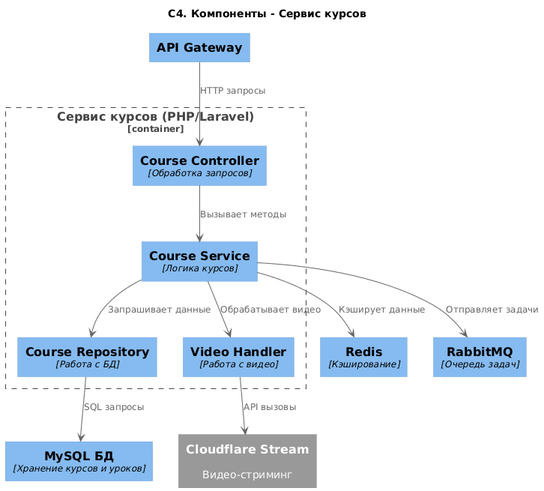
Before: C4/Component.png, a diagram exported from PlantUML (RubyDes/RPO).
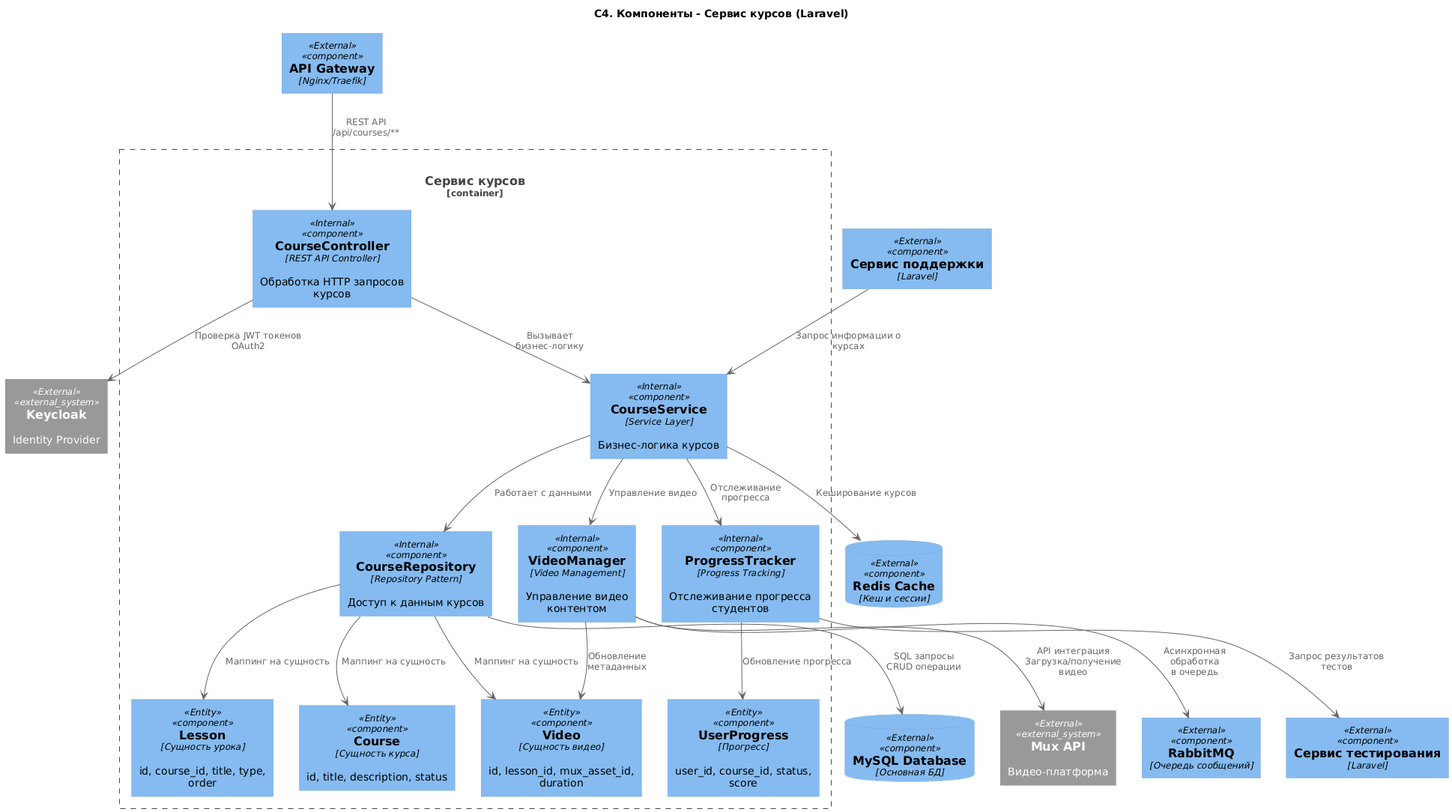
Above is the later version.

Diff of the diagram source:
```diff
@@ -1,34 +1,76 @@
 @startuml
-title "C4. Компоненты - Сервис курсов"
+!include https://raw.githubusercontent.com/plantuml-stdlib/C4-PlantUML/master/C4_Component.puml
 
-!include https://raw.githubusercontent.com/plantuml-stdlib/C4-PlantUML/master/C4_Component.puml
-!$ICONURL = "https://raw.githubusercontent.com/tupadr3/plantuml-icon-font-sprites/v3.0.0/icons"
-!include $ICONURL/common.puml
+title "C4. Компоненты - Сервис курсов (Laravel)"
 
-Component(mysqlDB, "MySQL БД", "Хранение курсов и уроков")
-
-Component(apiGateway, "API Gateway")
-Component(redis, "Redis", "Кэширование")
-Component(rabbitMQ, "RabbitMQ", "Очередь задач")
-
-System_Ext(cloudflareStream, "Cloudflare Stream", "Видео-стриминг")
-
-Container_Boundary(courseService, "Сервис курсов (PHP/Laravel)") {
-  Component(controller, "Course Controller", "Обработка запросов")
-  Component(service, "Course Service", "Логика курсов")
-  Component(repository, "Course Repository", "Работа с БД")
-  Component(videoHandler, "Video Handler", "Работа с видео")
-
-  controller --> service : "Вызывает методы"
-  service --> repository : "Запрашивает данные"
-  service --> videoHandler : "Обрабатывает видео"
+skinparam component {
+    BackgroundColor<<Internal>> #E8F5E8
+    BackgroundColor<<External>> #F0F0F0
+    BackgroundColor<<Entity>> #FFF3E0
+    BorderColor<<External>> #999999
+    FontColor<<External>> #666666
 }
 
-apiGateway --> controller : "HTTP запросы"
+Container_Boundary(courseServiceContainer, "Сервис курсов", "PHP/Laravel", "Управление курсами, уроками и видео") {
 
-repository --> mysqlDB : "SQL запросы"
-service --> redis : "Кэширует данные"
-service --> rabbitMQ : "Отправляет задачи"
+    Component(courseController, "CourseController", "REST API Controller", "Обработка HTTP запросов курсов", $tags="Internal")
+    Component(courseService, "CourseService", "Service Layer", "Бизнес-логика курсов", $tags="Internal")
+    Component(courseRepository, "CourseRepository", "Repository Pattern", "Доступ к данным курсов", $tags="Internal")
+    Component(videoManager, "VideoManager", "Video Management", "Управление видео контентом", $tags="Internal")
+    Component(progressTracker, "ProgressTracker", "Progress Tracking", "Отслеживание прогресса студентов", $tags="Internal")
 
-videoHandler --> cloudflareStream : "API вызовы"
+    Component(courseEntity, "Course", "Сущность курса", "id, title, description, status", $tags="Entity")
+    Component(lessonEntity, "Lesson", "Сущность урока", "id, course_id, title, type, order", $tags="Entity")
+    Component(videoEntity, "Video", "Сущность видео", "id, lesson_id, mux_asset_id, duration", $tags="Entity")
+    Component(userProgressEntity, "UserProgress", "Прогресс", "user_id, course_id, status, score", $tags="Entity")
+}
+
+System_Ext(muxService, "Mux API", "Видео-платформа", $tags="External")
+System_Ext(keycloakService, "Keycloak", "Identity Provider", $tags="External")
+ComponentDb(mysqlDB, "MySQL Database", "Основная БД", $tags="External")
+ComponentDb(redisCache, "Redis Cache", "Кеш и сессии", $tags="External")
+Component(queueService, "RabbitMQ", "Очередь сообщений", $tags="External")
+
+Component(apiGateway, "API Gateway", "Nginx/Traefik", $tags="External")
+Component(testingService, "Сервис тестирования", "Laravel", $tags="External")
+Component(supportService, "Сервис поддержки", "Laravel", $tags="External")
+
+apiGateway --> courseController : "REST API\n/api/courses/**"
+
+courseController --> courseService : "Вызывает бизнес-логику"
+courseService --> courseRepository : "Работает с данными"
+courseService --> videoManager : "Управление видео"
+courseService --> progressTracker : "Отслеживание прогресса"
+
+courseRepository --> mysqlDB : "SQL запросы\nCRUD операции"
+courseRepository --> courseEntity : "Маппинг на сущность"
+courseRepository --> lessonEntity : "Маппинг на сущность"
+courseRepository --> videoEntity : "Маппинг на сущность"
+
+videoManager --> muxService : "API интеграция\nЗагрузка/получение видео"
+videoManager --> videoEntity : "Обновление метаданных"
+videoManager --> queueService : "Асинхронная обработка\nв очередь"
+
+progressTracker --> userProgressEntity : "Обновление прогресса"
+progressTracker --> testingService : "Запрос результатов тестов"
+
+courseController --> keycloakService : "Проверка JWT токенов\nOAuth2"
+
+courseService --> redisCache : "Кеширование курсов"
+
+supportService --> courseService : "Запрос информации о курсах"
+
+UpdateElementStyle(courseEntity, $bgColor="#FFF3E0")
+UpdateElementStyle(lessonEntity, $bgColor="#FFF3E0")
+UpdateElementStyle(videoEntity, $bgColor="#FFF3E0")
+UpdateElementStyle(userProgressEntity, $bgColor="#FFF3E0")
+
+UpdateElementStyle(muxService, $bgColor="#F0F0F0", $borderColor="#999999", $fontColor="#666666")
+UpdateElementStyle(keycloakService, $bgColor="#F0F0F0", $borderColor="#999999", $fontColor="#666666")
+UpdateElementStyle(mysqlDB, $bgColor="#F0F0F0", $borderColor="#999999", $fontColor="#666666")
+UpdateElementStyle(redisCache, $bgColor="#F0F0F0", $borderColor="#999999", $fontColor="#666666")
+UpdateElementStyle(queueService, $bgColor="#F0F0F0", $borderColor="#999999", $fontColor="#666666")
+UpdateElementStyle(apiGateway, $bgColor="#F0F0F0", $borderColor="#999999", $fontColor="#666666")
+UpdateElementStyle(testingService, $bgColor="#F0F0F0", $borderColor="#999999", $fontColor="#666666")
+UpdateElementStyle(supportService, $bgColor="#F0F0F0", $borderColor="#999999", $fontColor="#666666")
 @enduml
```
